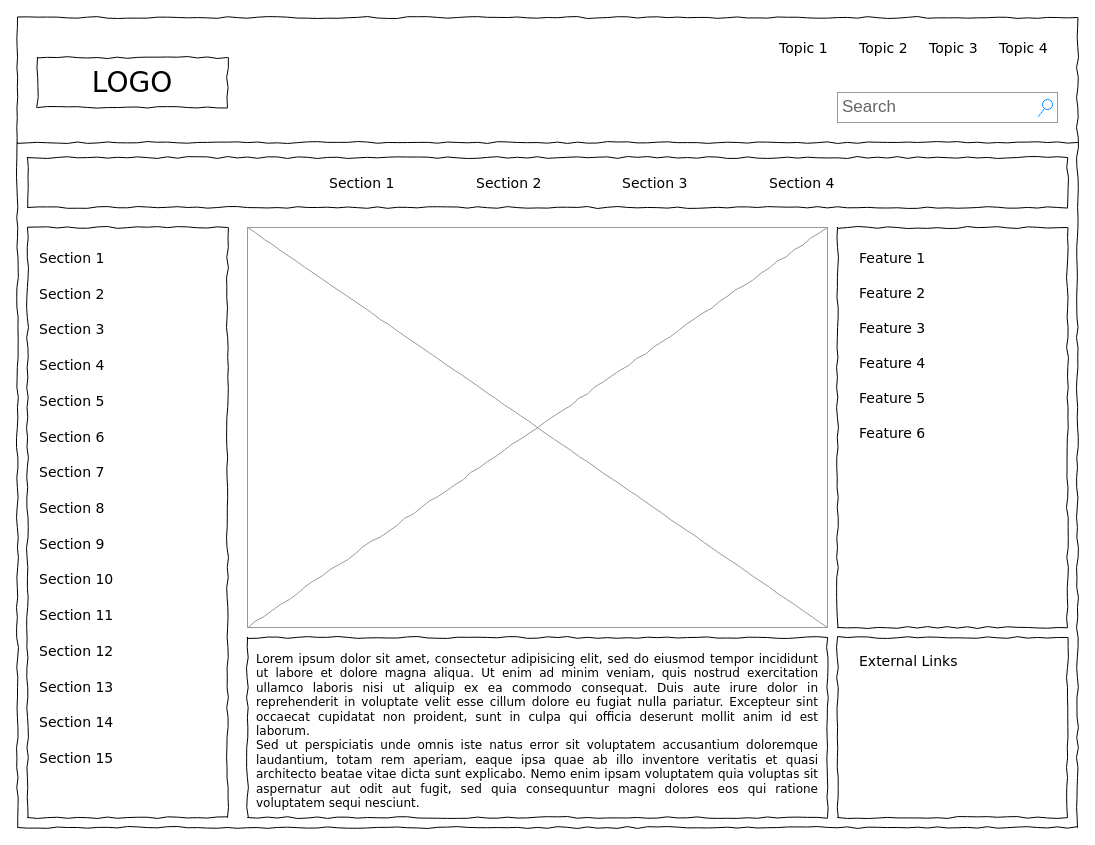
Above: Wireframe Homepage 2.drawio in fzr76/Wireframes (draw.io), before the change. Source tidied: cells renumbered, new cells numbered last; positions are measured from the earlier drawing's top-left corner, leaving out a move shared by most shapes. Both pictures are drawn from the tidied source at 100%, with x=0, y=0 at pixel (17, 17).
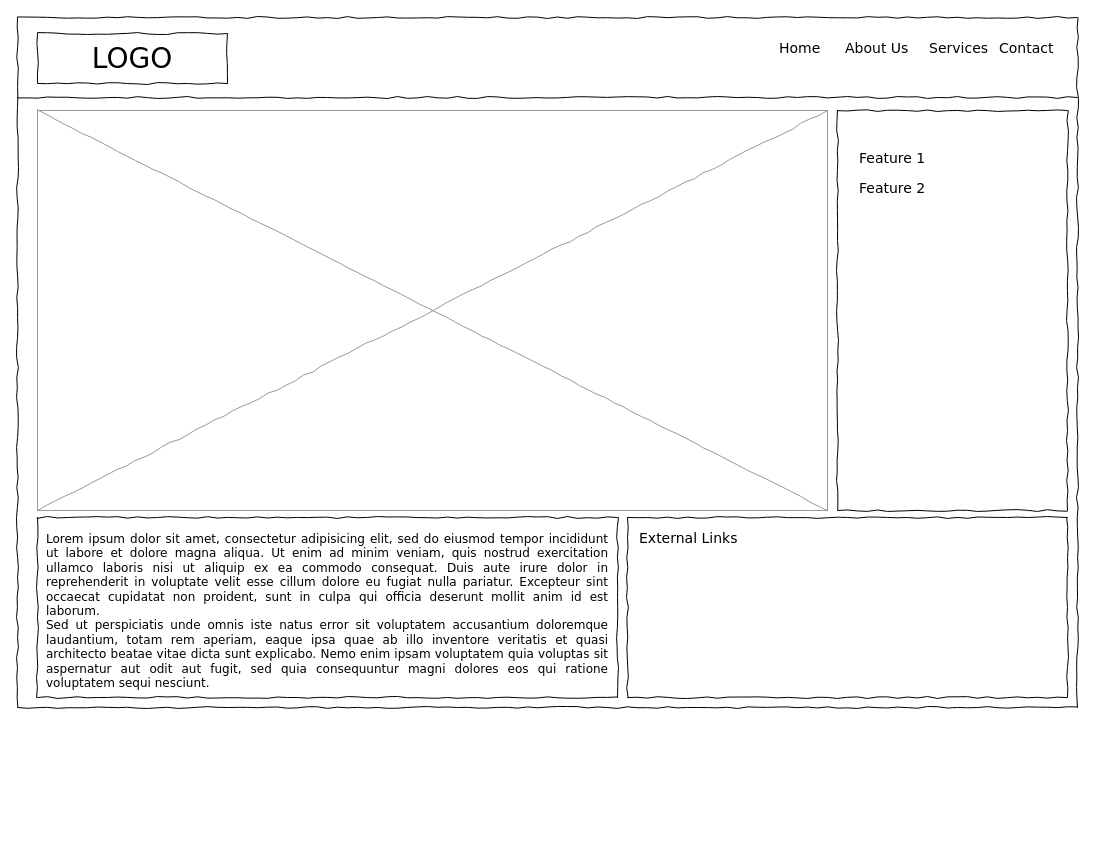
Above is the later version.

Diff of the diagram source:
```diff
@@
     <mxCell id="2" style="whiteSpace=wrap;html=1;rounded=0;shadow=0;labelBackgroundColor=none;strokeColor=#000000;strokeWidth=1;fillColor=none;fontFamily=Verdana;fontSize=12;fontColor=#000000;align=center;comic=1;" parent="1" vertex="1">
-      <mxGeometry width="1060" height="810" as="geometry" />
+      <mxGeometry width="1060" height="690" as="geometry" />
     </mxCell>
     <mxCell id="3" value="LOGO" style="whiteSpace=wrap;html=1;rounded=0;shadow=0;labelBackgroundColor=none;strokeWidth=1;fontFamily=Verdana;fontSize=28;align=center;comic=1;" parent="1" vertex="1">
-      <mxGeometry x="20" y="40" width="190" height="50" as="geometry" />
+      <mxGeometry x="20" y="16" width="190" height="50" as="geometry" />
     </mxCell>
-    <mxCell id="4" value="Search" style="strokeWidth=1;shadow=0;dashed=0;align=center;html=1;shape=mxgraph.mockup.forms.searchBox;strokeColor=#999999;mainText=;strokeColor2=#008cff;fontColor=#666666;fontSize=17;align=left;spacingLeft=3;rounded=0;labelBackgroundColor=none;comic=1;" parent="1" vertex="1">
-      <mxGeometry x="820" y="75" width="220" height="30" as="geometry" />
-    </mxCell>
-    <mxCell id="5" value="Topic 1" style="text;html=1;align=left;verticalAlign=top;spacingTop=-4;fontSize=14;fontFamily=Verdana;" parent="1" vertex="1">
+    <mxCell id="5" value="Home" style="text;html=1;align=left;verticalAlign=top;spacingTop=-4;fontSize=14;fontFamily=Verdana;" parent="1" vertex="1">
       <mxGeometry x="760" y="20" width="60" height="20" as="geometry" />
     </mxCell>
-    <mxCell id="6" value="Topic 2" style="text;html=1;align=left;verticalAlign=top;spacingTop=-4;fontSize=14;fontFamily=Verdana;" parent="1" vertex="1">
-      <mxGeometry x="840" y="20" width="60" height="20" as="geometry" />
+    <mxCell id="6" value="About Us" style="text;html=1;align=left;verticalAlign=top;spacingTop=-4;fontSize=14;fontFamily=Verdana;" parent="1" vertex="1">
+      <mxGeometry x="826" y="20" width="60" height="20" as="geometry" />
     </mxCell>
-    <mxCell id="7" value="Topic 3" style="text;html=1;align=left;verticalAlign=top;spacingTop=-4;fontSize=14;fontFamily=Verdana;" parent="1" vertex="1">
+    <mxCell id="7" value="Services" style="text;html=1;align=left;verticalAlign=top;spacingTop=-4;fontSize=14;fontFamily=Verdana;" parent="1" vertex="1">
       <mxGeometry x="910" y="20" width="60" height="20" as="geometry" />
     </mxCell>
-    <mxCell id="8" value="Topic 4" style="text;html=1;align=left;verticalAlign=top;spacingTop=-4;fontSize=14;fontFamily=Verdana;" parent="1" vertex="1">
+    <mxCell id="8" value="Contact" style="text;html=1;align=left;verticalAlign=top;spacingTop=-4;fontSize=14;fontFamily=Verdana;" parent="1" vertex="1">
       <mxGeometry x="980" y="20" width="60" height="20" as="geometry" />
     </mxCell>
-    <mxCell id="9" style="whiteSpace=wrap;html=1;rounded=0;shadow=0;labelBackgroundColor=none;strokeWidth=1;fillColor=none;fontFamily=Verdana;fontSize=12;align=center;comic=1;" parent="1" vertex="1">
-      <mxGeometry x="10" y="210" width="200" height="590" as="geometry" />
-    </mxCell>
     <mxCell id="10" style="line;strokeWidth=1;html=1;rounded=0;shadow=0;labelBackgroundColor=none;fillColor=none;fontFamily=Verdana;fontSize=14;fontColor=#000000;align=center;comic=1;" parent="1" vertex="1">
-      <mxGeometry y="120" width="1060" height="10" as="geometry" />
+      <mxGeometry y="30" width="1060" height="100" as="geometry" />
     </mxCell>
-    <mxCell id="11" style="whiteSpace=wrap;html=1;rounded=0;shadow=0;labelBackgroundColor=none;strokeWidth=1;fillColor=none;fontFamily=Verdana;fontSize=12;align=center;comic=1;" parent="1" vertex="1">
-      <mxGeometry x="10" y="140" width="1040" height="50" as="geometry" />
-    </mxCell>
-    <mxCell id="12" value="Section 1" style="text;html=1;align=left;verticalAlign=top;spacingTop=-4;fontSize=14;fontFamily=Verdana;" parent="1" vertex="1">
-      <mxGeometry x="310" y="155" width="60" height="20" as="geometry" />
-    </mxCell>
-    <mxCell id="13" value="Section 2" style="text;html=1;align=left;verticalAlign=top;spacingTop=-4;fontSize=14;fontFamily=Verdana;" parent="1" vertex="1">
-      <mxGeometry x="457" y="155" width="60" height="20" as="geometry" />
-    </mxCell>
-    <mxCell id="14" value="Section 3" style="text;html=1;align=left;verticalAlign=top;spacingTop=-4;fontSize=14;fontFamily=Verdana;" parent="1" vertex="1">
-      <mxGeometry x="603" y="155" width="60" height="20" as="geometry" />
-    </mxCell>
-    <mxCell id="15" value="Section 4" style="text;html=1;align=left;verticalAlign=top;spacingTop=-4;fontSize=14;fontFamily=Verdana;" parent="1" vertex="1">
-      <mxGeometry x="750" y="155" width="60" height="20" as="geometry" />
-    </mxCell>
     <mxCell id="16" value="&lt;div style=&quot;text-align: justify&quot;&gt;&lt;span&gt;Lorem ipsum dolor sit amet, consectetur adipisicing elit, sed do eiusmod tempor incididunt ut labore et dolore magna aliqua. Ut enim ad minim veniam, quis nostrud exercitation ullamco laboris nisi ut aliquip ex ea commodo consequat. Duis aute irure dolor in reprehenderit in voluptate velit esse cillum dolore eu fugiat nulla pariatur. Excepteur sint occaecat cupidatat non proident, sunt in culpa qui officia deserunt mollit anim id est laborum.&lt;/span&gt;&lt;/div&gt;&lt;div style=&quot;text-align: justify&quot;&gt;&lt;span&gt;Sed ut perspiciatis unde omnis iste natus error sit voluptatem accusantium doloremque laudantium, totam rem aperiam, eaque ipsa quae ab illo inventore veritatis et quasi architecto beatae vitae dicta sunt explicabo. Nemo enim ipsam voluptatem quia voluptas sit aspernatur aut odit aut fugit, sed quia consequuntur magni dolores eos qui ratione voluptatem sequi nesciunt.&amp;nbsp;&lt;/span&gt;&lt;/div&gt;" style="whiteSpace=wrap;html=1;rounded=0;shadow=0;labelBackgroundColor=none;strokeWidth=1;fillColor=none;fontFamily=Verdana;fontSize=12;align=center;verticalAlign=top;spacing=10;comic=1;" parent="1" vertex="1">
-      <mxGeometry x="230" y="620" width="580" height="180" as="geometry" />
+      <mxGeometry x="20" y="500" width="580" height="180" as="geometry" />
     </mxCell>
     <mxCell id="17" style="verticalLabelPosition=bottom;shadow=0;dashed=0;align=center;html=1;verticalAlign=top;strokeWidth=1;shape=mxgraph.mockup.graphics.simpleIcon;strokeColor=#999999;rounded=0;labelBackgroundColor=none;fontFamily=Verdana;fontSize=14;fontColor=#000000;comic=1;" parent="1" vertex="1">
-      <mxGeometry x="230" y="210" width="580" height="400" as="geometry" />
+      <mxGeometry x="20" y="93" width="790" height="400" as="geometry" />
     </mxCell>
     <mxCell id="18" style="whiteSpace=wrap;html=1;rounded=0;shadow=0;labelBackgroundColor=none;strokeWidth=1;fillColor=none;fontFamily=Verdana;fontSize=12;align=center;comic=1;" parent="1" vertex="1">
-      <mxGeometry x="820" y="210" width="230" height="400" as="geometry" />
+      <mxGeometry x="820" y="93" width="230" height="400" as="geometry" />
     </mxCell>
     <mxCell id="19" style="whiteSpace=wrap;html=1;rounded=0;shadow=0;labelBackgroundColor=none;strokeWidth=1;fillColor=none;fontFamily=Verdana;fontSize=12;align=center;comic=1;" parent="1" vertex="1">
-      <mxGeometry x="820" y="620" width="230" height="180" as="geometry" />
+      <mxGeometry x="610" y="500" width="440" height="180" as="geometry" />
     </mxCell>
-    <mxCell id="20" value="Section 1" style="text;html=1;align=left;verticalAlign=top;spacingTop=-4;fontSize=14;fontFamily=Verdana;" parent="1" vertex="1">
-      <mxGeometry x="20" y="230" width="170" height="20" as="geometry" />
-    </mxCell>
-    <mxCell id="21" value="Section 2" style="text;html=1;align=left;verticalAlign=top;spacingTop=-4;fontSize=14;fontFamily=Verdana;" parent="1" vertex="1">
-      <mxGeometry x="20" y="266" width="170" height="20" as="geometry" />
-    </mxCell>
-    <mxCell id="22" value="Section 3" style="text;html=1;align=left;verticalAlign=top;spacingTop=-4;fontSize=14;fontFamily=Verdana;" parent="1" vertex="1">
-      <mxGeometry x="20" y="301" width="170" height="20" as="geometry" />
-    </mxCell>
-    <mxCell id="23" value="Section 4" style="text;html=1;align=left;verticalAlign=top;spacingTop=-4;fontSize=14;fontFamily=Verdana;" parent="1" vertex="1">
-      <mxGeometry x="20" y="337" width="170" height="20" as="geometry" />
-    </mxCell>
-    <mxCell id="24" value="Section 7" style="text;html=1;align=left;verticalAlign=top;spacingTop=-4;fontSize=14;fontFamily=Verdana;" parent="1" vertex="1">
-      <mxGeometry x="20" y="444" width="170" height="20" as="geometry" />
-    </mxCell>
-    <mxCell id="25" value="Section 8" style="text;html=1;align=left;verticalAlign=top;spacingTop=-4;fontSize=14;fontFamily=Verdana;" parent="1" vertex="1">
-      <mxGeometry x="20" y="480" width="170" height="20" as="geometry" />
-    </mxCell>
-    <mxCell id="26" value="Section 9" style="text;html=1;align=left;verticalAlign=top;spacingTop=-4;fontSize=14;fontFamily=Verdana;" parent="1" vertex="1">
-      <mxGeometry x="20" y="516" width="170" height="20" as="geometry" />
-    </mxCell>
-    <mxCell id="27" value="Section 10" style="text;html=1;align=left;verticalAlign=top;spacingTop=-4;fontSize=14;fontFamily=Verdana;" parent="1" vertex="1">
-      <mxGeometry x="20" y="551" width="170" height="20" as="geometry" />
-    </mxCell>
-    <mxCell id="28" value="Section 11" style="text;html=1;align=left;verticalAlign=top;spacingTop=-4;fontSize=14;fontFamily=Verdana;" parent="1" vertex="1">
-      <mxGeometry x="20" y="587" width="170" height="20" as="geometry" />
-    </mxCell>
-    <mxCell id="29" value="Section 12" style="text;html=1;align=left;verticalAlign=top;spacingTop=-4;fontSize=14;fontFamily=Verdana;" parent="1" vertex="1">
-      <mxGeometry x="20" y="623" width="170" height="20" as="geometry" />
-    </mxCell>
-    <mxCell id="30" value="Section 13" style="text;html=1;align=left;verticalAlign=top;spacingTop=-4;fontSize=14;fontFamily=Verdana;" parent="1" vertex="1">
-      <mxGeometry x="20" y="659" width="170" height="20" as="geometry" />
-    </mxCell>
-    <mxCell id="31" value="Section 14" style="text;html=1;align=left;verticalAlign=top;spacingTop=-4;fontSize=14;fontFamily=Verdana;" parent="1" vertex="1">
-      <mxGeometry x="20" y="694" width="170" height="20" as="geometry" />
-    </mxCell>
-    <mxCell id="32" value="Section 5" style="text;html=1;align=left;verticalAlign=top;spacingTop=-4;fontSize=14;fontFamily=Verdana;" parent="1" vertex="1">
-      <mxGeometry x="20" y="373" width="170" height="20" as="geometry" />
-    </mxCell>
-    <mxCell id="33" value="Section 6" style="text;html=1;align=left;verticalAlign=top;spacingTop=-4;fontSize=14;fontFamily=Verdana;" parent="1" vertex="1">
-      <mxGeometry x="20" y="409" width="170" height="20" as="geometry" />
-    </mxCell>
-    <mxCell id="34" value="Section 15" style="text;html=1;align=left;verticalAlign=top;spacingTop=-4;fontSize=14;fontFamily=Verdana;" parent="1" vertex="1">
-      <mxGeometry x="20" y="730" width="170" height="20" as="geometry" />
-    </mxCell>
     <mxCell id="35" value="External Links" style="text;html=1;align=left;verticalAlign=top;spacingTop=-4;fontSize=14;fontFamily=Verdana;" parent="1" vertex="1">
-      <mxGeometry x="840" y="633" width="170" height="20" as="geometry" />
+      <mxGeometry x="620" y="510" width="170" height="20" as="geometry" />
     </mxCell>
     <mxCell id="36" value="Feature 1" style="text;html=1;align=left;verticalAlign=top;spacingTop=-4;fontSize=14;fontFamily=Verdana;" parent="1" vertex="1">
-      <mxGeometry x="840" y="230" width="170" height="20" as="geometry" />
+      <mxGeometry x="840" y="130" width="170" height="20" as="geometry" />
     </mxCell>
     <mxCell id="37" value="Feature 2" style="text;html=1;align=left;verticalAlign=top;spacingTop=-4;fontSize=14;fontFamily=Verdana;" parent="1" vertex="1">
-      <mxGeometry x="840" y="265" width="170" height="20" as="geometry" />
+      <mxGeometry x="840" y="160" width="170" height="20" as="geometry" />
     </mxCell>
-    <mxCell id="38" value="Feature 3" style="text;html=1;align=left;verticalAlign=top;spacingTop=-4;fontSize=14;fontFamily=Verdana;" parent="1" vertex="1">
-      <mxGeometry x="840" y="300" width="170" height="20" as="geometry" />
-    </mxCell>
-    <mxCell id="39" value="Feature 4" style="text;html=1;align=left;verticalAlign=top;spacingTop=-4;fontSize=14;fontFamily=Verdana;" parent="1" vertex="1">
-      <mxGeometry x="840" y="335" width="170" height="20" as="geometry" />
-    </mxCell>
-    <mxCell id="40" value="Feature 5" style="text;html=1;align=left;verticalAlign=top;spacingTop=-4;fontSize=14;fontFamily=Verdana;" parent="1" vertex="1">
-      <mxGeometry x="840" y="370" width="170" height="20" as="geometry" />
-    </mxCell>
-    <mxCell id="41" value="Feature 6" style="text;html=1;align=left;verticalAlign=top;spacingTop=-4;fontSize=14;fontFamily=Verdana;" parent="1" vertex="1">
-      <mxGeometry x="840" y="405" width="170" height="20" as="geometry" />
-    </mxCell>
```
